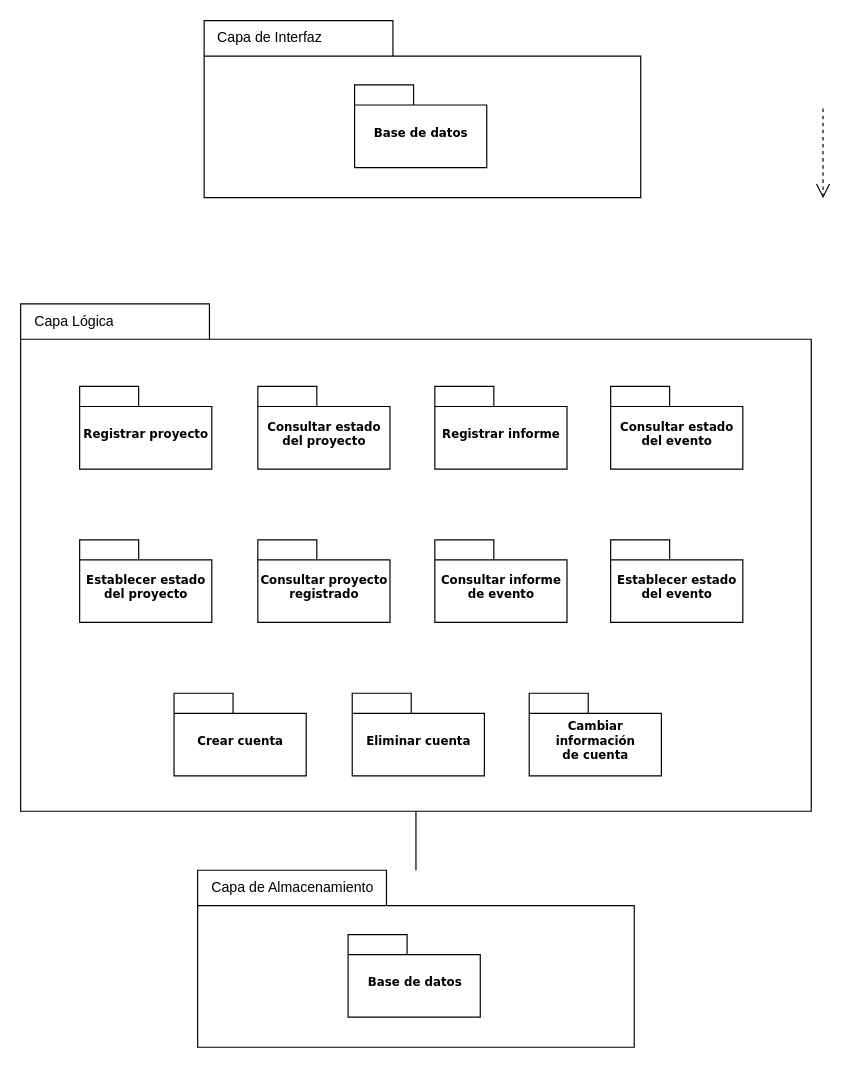
Before: Diagrama de paquetes.drawio in sergioadair/ADOO, a draw.io diagram. Source tidied: cells renumbered, new cells numbered last; positions are measured from the earlier drawing's top-left corner, leaving out a move shared by most shapes. Both pictures are drawn from the tidied source at 118%, with x=0, y=0 at pixel (20, 20).
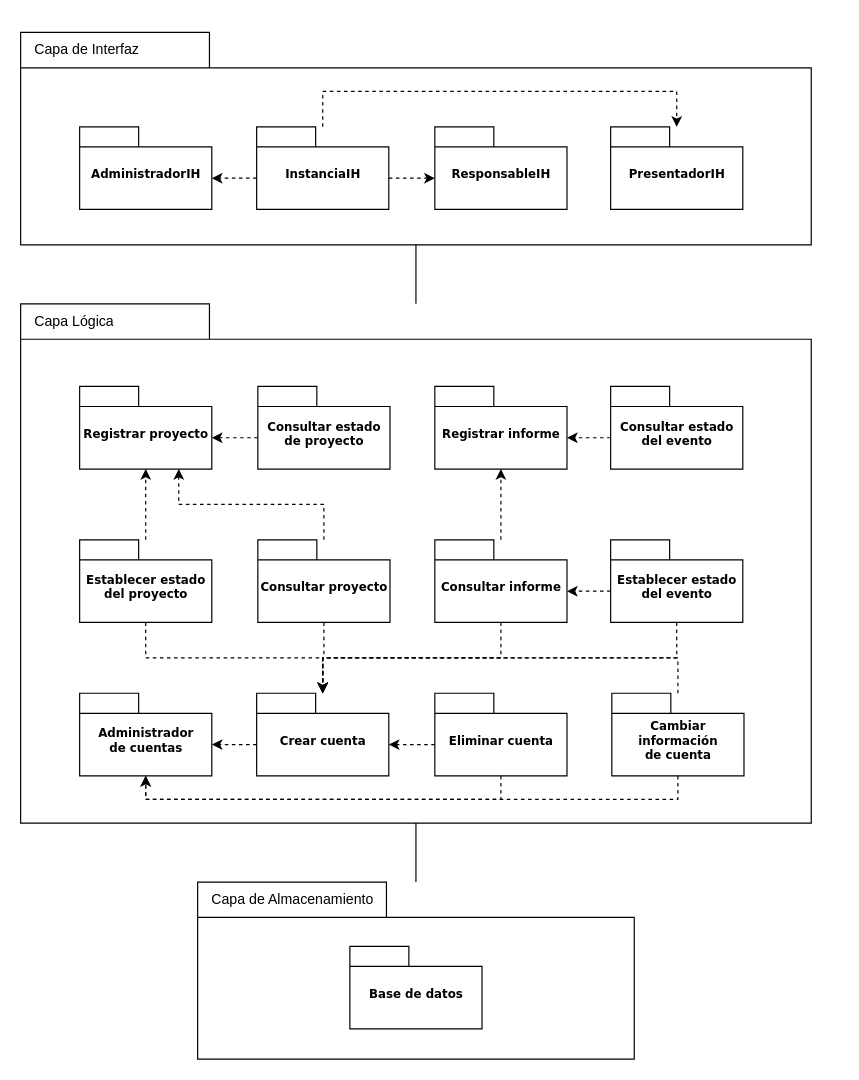
The same page after the edit.

The change refers to these unchanged cells:
```xml
<mxCell id="7" value="Registrar proyecto" style="shape=folder;fontStyle=1;spacingTop=10;tabWidth=50;tabHeight=17;tabPosition=left;html=1;rounded=0;shadow=0;comic=0;labelBackgroundColor=none;strokeColor=#000000;strokeWidth=1;fillColor=#ffffff;fontFamily=Verdana;fontSize=10;fontColor=#000000;align=center;" parent="1" vertex="1">
  <mxGeometry x="50" y="310" width="112" height="70" as="geometry" />
</mxCell>
<mxCell id="14" value="Registrar informe" style="shape=folder;fontStyle=1;spacingTop=10;tabWidth=50;tabHeight=17;tabPosition=left;html=1;rounded=0;shadow=0;comic=0;labelBackgroundColor=none;strokeColor=#000000;strokeWidth=1;fillColor=#ffffff;fontFamily=Verdana;fontSize=10;fontColor=#000000;align=center;" parent="1" vertex="1">
  <mxGeometry x="351" y="310" width="112" height="70" as="geometry" />
</mxCell>
<mxCell id="15" value="Consultar estado&lt;br&gt;del evento" style="shape=folder;fontStyle=1;spacingTop=10;tabWidth=50;tabHeight=17;tabPosition=left;html=1;rounded=0;shadow=0;comic=0;labelBackgroundColor=none;strokeColor=#000000;strokeWidth=1;fillColor=#ffffff;fontFamily=Verdana;fontSize=10;fontColor=#000000;align=center;" parent="1" vertex="1">
  <mxGeometry x="500" y="310" width="112" height="70" as="geometry" />
</mxCell>
<mxCell id="16" value="Establecer estado&lt;br&gt;del proyecto" style="shape=folder;fontStyle=1;spacingTop=10;tabWidth=50;tabHeight=17;tabPosition=left;html=1;rounded=0;shadow=0;comic=0;labelBackgroundColor=none;strokeColor=#000000;strokeWidth=1;fillColor=#ffffff;fontFamily=Verdana;fontSize=10;fontColor=#000000;align=center;" parent="1" vertex="1">
  <mxGeometry x="50" y="440" width="112" height="70" as="geometry" />
</mxCell>
<mxCell id="19" value="Establecer estado&lt;br&gt;del evento" style="shape=folder;fontStyle=1;spacingTop=10;tabWidth=50;tabHeight=17;tabPosition=left;html=1;rounded=0;shadow=0;comic=0;labelBackgroundColor=none;strokeColor=#000000;strokeWidth=1;fillColor=#ffffff;fontFamily=Verdana;fontSize=10;fontColor=#000000;align=center;" parent="1" vertex="1">
  <mxGeometry x="500" y="440" width="112" height="70" as="geometry" />
</mxCell>
```

What changed in the source:
```diff
@@
     <mxCell id="2" style="shape=folder;fontStyle=1;spacingTop=10;tabWidth=160;tabHeight=30;tabPosition=left;html=1;rounded=0;shadow=0;comic=0;labelBackgroundColor=none;strokeColor=#000000;strokeWidth=1;fillColor=#ffffff;fontFamily=Verdana;fontSize=10;fontColor=#000000;align=center;" parent="1" vertex="1">
-      <mxGeometry x="150" y="720" width="370" height="150" as="geometry" />
+      <mxGeometry x="150" y="730" width="370" height="150" as="geometry" />
     </mxCell>
     <mxCell id="3" value="Base de datos" style="shape=folder;fontStyle=1;spacingTop=10;tabWidth=50;tabHeight=17;tabPosition=left;html=1;rounded=0;shadow=0;comic=0;labelBackgroundColor=none;strokeColor=#000000;strokeWidth=1;fillColor=#ffffff;fontFamily=Verdana;fontSize=10;fontColor=#000000;align=center;" parent="1" vertex="1">
-      <mxGeometry x="277.5" y="774.5" width="112" height="70" as="geometry" />
+      <mxGeometry x="279" y="784.5" width="112" height="70" as="geometry" />
     </mxCell>
-    <mxCell id="4" style="rounded=0;html=1;dashed=1;labelBackgroundColor=none;startFill=0;endArrow=open;endFill=0;endSize=10;fontFamily=Verdana;fontSize=10;entryX=0.592;entryY=0.2;entryPerimeter=0;edgeStyle=elbowEdgeStyle;" parent="1" edge="1">
-      <mxGeometry relative="1" as="geometry">
-        <mxPoint x="680" y="74.5" as="sourcePoint" />
-        <mxPoint x="680.3" y="150.5" as="targetPoint" />
-      </mxGeometry>
-    </mxCell>
     <mxCell id="5" value="Capa de Almacenamiento" style="text;strokeColor=none;fillColor=none;align=left;verticalAlign=middle;spacingLeft=4;spacingRight=4;overflow=hidden;whiteSpace=wrap;html=1;" parent="1" vertex="1">
-      <mxGeometry x="155.5" y="725" width="154.5" height="20" as="geometry" />
+      <mxGeometry x="155.5" y="735" width="154.5" height="20" as="geometry" />
     </mxCell>
     <mxCell id="6" style="shape=folder;fontStyle=1;spacingTop=10;tabWidth=160;tabHeight=30;tabPosition=left;html=1;rounded=0;shadow=0;comic=0;labelBackgroundColor=none;strokeColor=#000000;strokeWidth=1;fillColor=#ffffff;fontFamily=Verdana;fontSize=10;fontColor=#000000;align=center;" parent="1" vertex="1">
-      <mxGeometry y="240" width="670" height="430" as="geometry" />
+      <mxGeometry y="240" width="670" height="440" as="geometry" />
     </mxCell>
@@
     <mxCell id="9" style="shape=folder;fontStyle=1;spacingTop=10;tabWidth=160;tabHeight=30;tabPosition=left;html=1;rounded=0;shadow=0;comic=0;labelBackgroundColor=none;strokeColor=#000000;strokeWidth=1;fillColor=#ffffff;fontFamily=Verdana;fontSize=10;fontColor=#000000;align=center;" parent="1" vertex="1">
-      <mxGeometry x="155.5" width="370" height="150" as="geometry" />
+      <mxGeometry y="10" width="670" height="180" as="geometry" />
     </mxCell>
-    <mxCell id="10" value="Base de datos" style="shape=folder;fontStyle=1;spacingTop=10;tabWidth=50;tabHeight=17;tabPosition=left;html=1;rounded=0;shadow=0;comic=0;labelBackgroundColor=none;strokeColor=#000000;strokeWidth=1;fillColor=#ffffff;fontFamily=Verdana;fontSize=10;fontColor=#000000;align=center;" parent="1" vertex="1">
-      <mxGeometry x="283" y="54.5" width="112" height="70" as="geometry" />
-    </mxCell>
     <mxCell id="11" value="Capa de Interfaz" style="text;strokeColor=none;fillColor=none;align=left;verticalAlign=middle;spacingLeft=4;spacingRight=4;overflow=hidden;whiteSpace=wrap;html=1;" parent="1" vertex="1">
-      <mxGeometry x="161" y="5" width="160" height="20" as="geometry" />
+      <mxGeometry x="6" y="15" width="144" height="20" as="geometry" />
     </mxCell>
@@
-    <mxCell id="13" value="Consultar estado&lt;br&gt;del proyecto" style="shape=folder;fontStyle=1;spacingTop=10;tabWidth=50;tabHeight=17;tabPosition=left;html=1;rounded=0;shadow=0;comic=0;labelBackgroundColor=none;strokeColor=#000000;strokeWidth=1;fillColor=#ffffff;fontFamily=Verdana;fontSize=10;fontColor=#000000;align=center;" parent="1" vertex="1">
+    <mxCell id="13" value="Consultar estado&lt;br&gt;de proyecto" style="shape=folder;fontStyle=1;spacingTop=10;tabWidth=50;tabHeight=17;tabPosition=left;html=1;rounded=0;shadow=0;comic=0;labelBackgroundColor=none;strokeColor=#000000;strokeWidth=1;fillColor=#ffffff;fontFamily=Verdana;fontSize=10;fontColor=#000000;align=center;" parent="1" vertex="1">
       <mxGeometry x="201" y="310" width="112" height="70" as="geometry" />
     </mxCell>
@@
+    <mxCell id="23" style="edgeStyle=orthogonalEdgeStyle;rounded=0;jettySize=auto;html=1;exitX=0.5;exitY=1;exitDx=0;exitDy=0;exitPerimeter=0;dashed=1;" parent="1" edge="1" source="16" target="20">
+      <mxGeometry relative="1" as="geometry" />
+    </mxCell>
@@
+    <mxCell id="24" style="edgeStyle=orthogonalEdgeStyle;rounded=0;jettySize=auto;html=1;exitX=0.5;exitY=1;exitDx=0;exitDy=0;exitPerimeter=0;dashed=1;" parent="1" edge="1" source="17" target="20">
+      <mxGeometry relative="1" as="geometry" />
+    </mxCell>
-    <mxCell id="17" value="Consultar proyecto&lt;br&gt;registrado" style="shape=folder;fontStyle=1;spacingTop=10;tabWidth=50;tabHeight=17;tabPosition=left;html=1;rounded=0;shadow=0;comic=0;labelBackgroundColor=none;strokeColor=#000000;strokeWidth=1;fillColor=#ffffff;fontFamily=Verdana;fontSize=10;fontColor=#000000;align=center;" parent="1" vertex="1">
+    <mxCell id="17" value="Consultar proyecto" style="shape=folder;fontStyle=1;spacingTop=10;tabWidth=50;tabHeight=17;tabPosition=left;html=1;rounded=0;shadow=0;comic=0;labelBackgroundColor=none;strokeColor=#000000;strokeWidth=1;fillColor=#ffffff;fontFamily=Verdana;fontSize=10;fontColor=#000000;align=center;" parent="1" vertex="1">
       <mxGeometry x="201" y="440" width="112" height="70" as="geometry" />
     </mxCell>
+    <mxCell id="25" style="edgeStyle=orthogonalEdgeStyle;rounded=0;jettySize=auto;html=1;exitX=0.5;exitY=1;exitDx=0;exitDy=0;exitPerimeter=0;dashed=1;" parent="1" edge="1" source="18" target="20">
+      <mxGeometry relative="1" as="geometry" />
+    </mxCell>
-    <mxCell id="18" value="Consultar informe&lt;br&gt;de evento" style="shape=folder;fontStyle=1;spacingTop=10;tabWidth=50;tabHeight=17;tabPosition=left;html=1;rounded=0;shadow=0;comic=0;labelBackgroundColor=none;strokeColor=#000000;strokeWidth=1;fillColor=#ffffff;fontFamily=Verdana;fontSize=10;fontColor=#000000;align=center;" parent="1" vertex="1">
+    <mxCell id="18" value="Consultar informe" style="shape=folder;fontStyle=1;spacingTop=10;tabWidth=50;tabHeight=17;tabPosition=left;html=1;rounded=0;shadow=0;comic=0;labelBackgroundColor=none;strokeColor=#000000;strokeWidth=1;fillColor=#ffffff;fontFamily=Verdana;fontSize=10;fontColor=#000000;align=center;" parent="1" vertex="1">
       <mxGeometry x="351" y="440" width="112" height="70" as="geometry" />
     </mxCell>
+    <mxCell id="26" style="edgeStyle=orthogonalEdgeStyle;rounded=0;jettySize=auto;html=1;exitX=0.5;exitY=1;exitDx=0;exitDy=0;exitPerimeter=0;dashed=1;" parent="1" edge="1" source="19" target="20">
+      <mxGeometry relative="1" as="geometry" />
+    </mxCell>
@@
     <mxCell id="20" value="Crear cuenta" style="shape=folder;fontStyle=1;spacingTop=10;tabWidth=50;tabHeight=17;tabPosition=left;html=1;rounded=0;shadow=0;comic=0;labelBackgroundColor=none;strokeColor=#000000;strokeWidth=1;fillColor=#ffffff;fontFamily=Verdana;fontSize=10;fontColor=#000000;align=center;" parent="1" vertex="1">
-      <mxGeometry x="130" y="570" width="112" height="70" as="geometry" />
+      <mxGeometry x="200" y="570" width="112" height="70" as="geometry" />
     </mxCell>
     <mxCell id="21" value="Eliminar cuenta" style="shape=folder;fontStyle=1;spacingTop=10;tabWidth=50;tabHeight=17;tabPosition=left;html=1;rounded=0;shadow=0;comic=0;labelBackgroundColor=none;strokeColor=#000000;strokeWidth=1;fillColor=#ffffff;fontFamily=Verdana;fontSize=10;fontColor=#000000;align=center;" parent="1" vertex="1">
-      <mxGeometry x="281" y="570" width="112" height="70" as="geometry" />
+      <mxGeometry x="351" y="570" width="112" height="70" as="geometry" />
     </mxCell>
+    <mxCell id="27" style="edgeStyle=orthogonalEdgeStyle;rounded=0;jettySize=auto;html=1;dashed=1;" parent="1" edge="1" source="22" target="20">
+      <mxGeometry relative="1" as="geometry">
+        <Array as="points">
+          <mxPoint x="557" y="540" />
+          <mxPoint x="256" y="540" />
+        </Array>
+      </mxGeometry>
+    </mxCell>
     <mxCell id="22" value="Cambiar&lt;br&gt;información&lt;br&gt;de cuenta" style="shape=folder;fontStyle=1;spacingTop=10;tabWidth=50;tabHeight=17;tabPosition=left;html=1;rounded=0;shadow=0;comic=0;labelBackgroundColor=none;strokeColor=#000000;strokeWidth=1;fillColor=#ffffff;fontFamily=Verdana;fontSize=10;fontColor=#000000;align=center;" parent="1" vertex="1">
-      <mxGeometry x="431" y="570" width="112" height="70" as="geometry" />
+      <mxGeometry x="501" y="570" width="112" height="70" as="geometry" />
     </mxCell>
+    <mxCell id="28" style="edgeStyle=orthogonalEdgeStyle;rounded=0;jettySize=auto;html=1;exitX=0;exitY=0;exitDx=0;exitDy=43.5;exitPerimeter=0;entryX=0;entryY=0;entryDx=112;entryDy=43.5;entryPerimeter=0;dashed=1;" parent="1" edge="1" source="13" target="7">
+      <mxGeometry relative="1" as="geometry" />
+    </mxCell>
+    <mxCell id="29" style="edgeStyle=orthogonalEdgeStyle;rounded=0;jettySize=auto;html=1;exitX=0;exitY=0;exitDx=0;exitDy=43.5;exitPerimeter=0;entryX=0;entryY=0;entryDx=112;entryDy=43.5;entryPerimeter=0;dashed=1;" parent="1" edge="1" source="15" target="14">
+      <mxGeometry relative="1" as="geometry" />
+    </mxCell>
+    <mxCell id="30" style="edgeStyle=orthogonalEdgeStyle;rounded=0;jettySize=auto;html=1;entryX=0.5;entryY=1;entryDx=0;entryDy=0;entryPerimeter=0;dashed=1;" parent="1" edge="1" source="16" target="7">
+      <mxGeometry relative="1" as="geometry" />
+    </mxCell>
+    <mxCell id="31" style="edgeStyle=orthogonalEdgeStyle;rounded=0;jettySize=auto;html=1;exitX=0;exitY=0;exitDx=0;exitDy=43.5;exitPerimeter=0;entryX=0;entryY=0;entryDx=112;entryDy=43.5;entryPerimeter=0;dashed=1;" parent="1" edge="1" source="21" target="20">
+      <mxGeometry relative="1" as="geometry" />
+    </mxCell>
+    <mxCell id="32" style="edgeStyle=orthogonalEdgeStyle;rounded=0;jettySize=auto;html=1;entryX=0.75;entryY=1;entryDx=0;entryDy=0;entryPerimeter=0;dashed=1;" parent="1" edge="1" source="17" target="7">
+      <mxGeometry relative="1" as="geometry">
+        <Array as="points">
+          <mxPoint x="257" y="410" />
+          <mxPoint x="134" y="410" />
+        </Array>
+      </mxGeometry>
+    </mxCell>
+    <mxCell id="33" style="edgeStyle=orthogonalEdgeStyle;rounded=0;jettySize=auto;html=1;exitX=0;exitY=0;exitDx=0;exitDy=43.5;exitPerimeter=0;entryX=0;entryY=0;entryDx=112;entryDy=43.5;entryPerimeter=0;dashed=1;" parent="1" edge="1" source="19" target="18">
+      <mxGeometry relative="1" as="geometry" />
+    </mxCell>
+    <mxCell id="34" style="edgeStyle=orthogonalEdgeStyle;rounded=0;jettySize=auto;html=1;entryX=0.5;entryY=1;entryDx=0;entryDy=0;entryPerimeter=0;dashed=1;" parent="1" edge="1" source="18" target="14">
+      <mxGeometry relative="1" as="geometry" />
+    </mxCell>
+    <mxCell id="35" value="Administrador&lt;br&gt;de cuentas" style="shape=folder;fontStyle=1;spacingTop=10;tabWidth=50;tabHeight=17;tabPosition=left;html=1;rounded=0;shadow=0;comic=0;labelBackgroundColor=none;strokeColor=#000000;strokeWidth=1;fillColor=#ffffff;fontFamily=Verdana;fontSize=10;fontColor=#000000;align=center;" parent="1" vertex="1">
+      <mxGeometry x="50" y="570" width="112" height="70" as="geometry" />
+    </mxCell>
+    <mxCell id="36" style="edgeStyle=orthogonalEdgeStyle;rounded=0;jettySize=auto;html=1;exitX=0;exitY=0;exitDx=0;exitDy=43.5;exitPerimeter=0;entryX=0;entryY=0;entryDx=112;entryDy=43.5;entryPerimeter=0;dashed=1;" parent="1" edge="1" source="20" target="35">
+      <mxGeometry relative="1" as="geometry" />
+    </mxCell>
+    <mxCell id="37" style="edgeStyle=orthogonalEdgeStyle;rounded=0;jettySize=auto;html=1;exitX=0.5;exitY=1;exitDx=0;exitDy=0;exitPerimeter=0;entryX=0.5;entryY=1;entryDx=0;entryDy=0;entryPerimeter=0;dashed=1;" parent="1" edge="1" source="21" target="35">
+      <mxGeometry relative="1" as="geometry" />
+    </mxCell>
+    <mxCell id="38" style="edgeStyle=orthogonalEdgeStyle;rounded=0;jettySize=auto;html=1;exitX=0.5;exitY=1;exitDx=0;exitDy=0;exitPerimeter=0;entryX=0.5;entryY=1;entryDx=0;entryDy=0;entryPerimeter=0;dashed=1;" parent="1" edge="1" source="22" target="35">
+      <mxGeometry relative="1" as="geometry" />
+    </mxCell>
+    <mxCell id="39" style="endArrow=none;html=1;rounded=0;entryX=0.5;entryY=1;entryDx=0;entryDy=0;entryPerimeter=0;" parent="1" edge="1" source="6" target="9">
+      <mxGeometry relative="1" as="geometry" />
+    </mxCell>
+    <mxCell id="40" value="AdministradorIH" style="shape=folder;fontStyle=1;spacingTop=10;tabWidth=50;tabHeight=17;tabPosition=left;html=1;rounded=0;shadow=0;comic=0;labelBackgroundColor=none;strokeColor=#000000;strokeWidth=1;fillColor=#ffffff;fontFamily=Verdana;fontSize=10;fontColor=#000000;align=center;" parent="1" vertex="1">
+      <mxGeometry x="50" y="90" width="112" height="70" as="geometry" />
+    </mxCell>
+    <mxCell id="41" style="edgeStyle=orthogonalEdgeStyle;rounded=0;jettySize=auto;html=1;dashed=1;" parent="1" edge="1" source="42" target="44">
+      <mxGeometry relative="1" as="geometry">
+        <Array as="points">
+          <mxPoint x="256" y="60" />
+          <mxPoint x="556" y="60" />
+        </Array>
+      </mxGeometry>
+    </mxCell>
+    <mxCell id="42" value="InstanciaIH" style="shape=folder;fontStyle=1;spacingTop=10;tabWidth=50;tabHeight=17;tabPosition=left;html=1;rounded=0;shadow=0;comic=0;labelBackgroundColor=none;strokeColor=#000000;strokeWidth=1;fillColor=#ffffff;fontFamily=Verdana;fontSize=10;fontColor=#000000;align=center;" parent="1" vertex="1">
+      <mxGeometry x="200" y="90" width="112" height="70" as="geometry" />
+    </mxCell>
+    <mxCell id="43" value="ResponsableIH" style="shape=folder;fontStyle=1;spacingTop=10;tabWidth=50;tabHeight=17;tabPosition=left;html=1;rounded=0;shadow=0;comic=0;labelBackgroundColor=none;strokeColor=#000000;strokeWidth=1;fillColor=#ffffff;fontFamily=Verdana;fontSize=10;fontColor=#000000;align=center;" parent="1" vertex="1">
+      <mxGeometry x="351" y="90" width="112" height="70" as="geometry" />
+    </mxCell>
+    <mxCell id="44" value="PresentadorIH" style="shape=folder;fontStyle=1;spacingTop=10;tabWidth=50;tabHeight=17;tabPosition=left;html=1;rounded=0;shadow=0;comic=0;labelBackgroundColor=none;strokeColor=#000000;strokeWidth=1;fillColor=#ffffff;fontFamily=Verdana;fontSize=10;fontColor=#000000;align=center;" parent="1" vertex="1">
+      <mxGeometry x="500" y="90" width="112" height="70" as="geometry" />
+    </mxCell>
+    <mxCell id="45" style="edgeStyle=orthogonalEdgeStyle;rounded=0;jettySize=auto;html=1;exitX=0;exitY=0;exitDx=0;exitDy=43.5;exitPerimeter=0;entryX=0;entryY=0;entryDx=112;entryDy=43.5;entryPerimeter=0;dashed=1;" parent="1" edge="1" source="42" target="40">
+      <mxGeometry relative="1" as="geometry" />
+    </mxCell>
+    <mxCell id="46" style="edgeStyle=orthogonalEdgeStyle;rounded=0;jettySize=auto;html=1;exitX=0;exitY=0;exitDx=112;exitDy=43.5;exitPerimeter=0;entryX=0;entryY=0;entryDx=0;entryDy=43.5;entryPerimeter=0;dashed=1;" parent="1" edge="1" source="42" target="43">
+      <mxGeometry relative="1" as="geometry" />
+    </mxCell>
```
